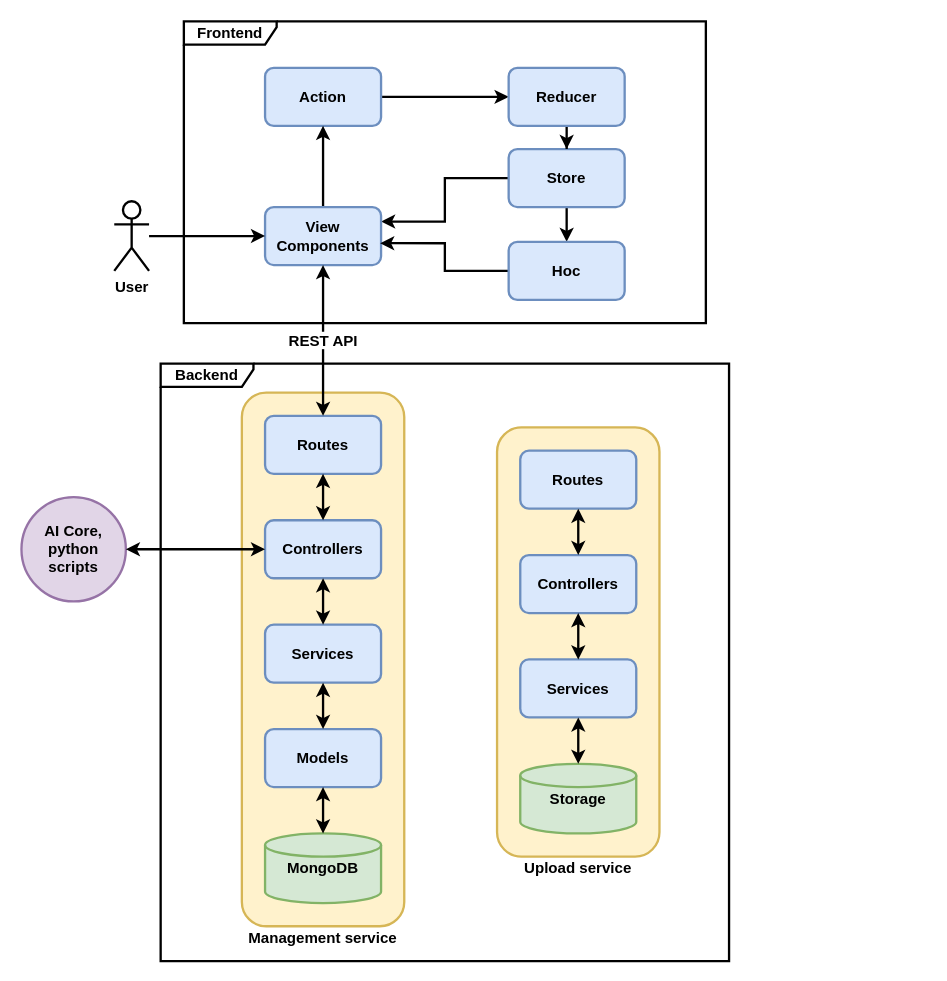
This is draw.io/kientruchethong.drawio from tranphuongthao2405/finalproject, a draw.io file, before an edit. Source tidied: cells renumbered, new cells numbered last; positions are measured from the earlier drawing's top-left corner, leaving out a move shared by most shapes. Both pictures are drawn from the tidied source at 116%, with x=0, y=0 at pixel (21, 21).
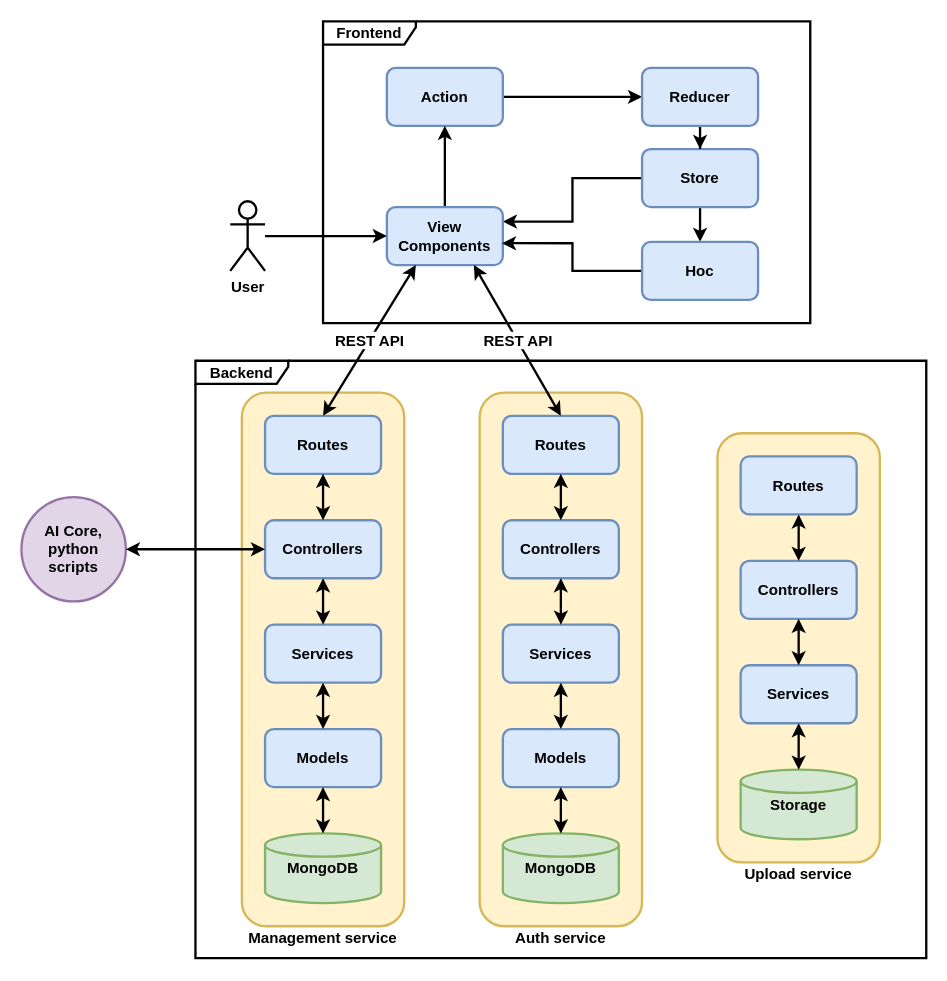
The same diagram, later.

Unchanged cells that the change refers to:
```xml
<mxCell id="3" value="Routes" style="rounded=1;whiteSpace=wrap;html=1;fillColor=#dae8fc;strokeColor=#6c8ebf;strokeWidth=2;fontSize=13;fontStyle=1;" parent="1" vertex="1">
  <mxGeometry x="210" y="340" width="100" height="50" as="geometry" />
</mxCell>
```

Change to the diagram source:
```diff
@@
+    <mxCell id="27" value="Backend" style="shape=umlFrame;whiteSpace=wrap;html=1;strokeWidth=2;fontSize=13;fontStyle=1;width=80;height=20;" parent="1" vertex="1">
+      <mxGeometry x="150" y="292.5" width="630" height="515" as="geometry" />
+    </mxCell>
+    <mxCell id="40" style="rounded=1;whiteSpace=wrap;html=1;fontSize=13;strokeWidth=2;fillColor=#fff2cc;strokeColor=#d6b656;" parent="1" vertex="1">
+      <mxGeometry x="395" y="320" width="140" height="460" as="geometry" />
+    </mxCell>
@@
     <mxCell id="12" style="rounded=1;whiteSpace=wrap;html=1;fontSize=13;strokeWidth=2;fillColor=#fff2cc;strokeColor=#d6b656;" parent="1" vertex="1">
-      <mxGeometry x="410" y="350" width="140" height="370" as="geometry" />
+      <mxGeometry x="600" y="355" width="140" height="370" as="geometry" />
     </mxCell>
     <mxCell id="13" value="Frontend" style="shape=umlFrame;whiteSpace=wrap;html=1;strokeWidth=2;fontSize=13;fontStyle=1;width=80;height=20;" parent="1" vertex="1">
-      <mxGeometry x="140" width="450" height="260" as="geometry" />
+      <mxGeometry x="260" width="420" height="260" as="geometry" />
     </mxCell>
@@
     <mxCell id="15" value="Action" style="rounded=1;whiteSpace=wrap;html=1;fillColor=#dae8fc;strokeColor=#6c8ebf;strokeWidth=2;fontSize=13;fontStyle=1;" parent="1" vertex="1">
-      <mxGeometry x="210" y="40" width="100" height="50" as="geometry" />
+      <mxGeometry x="315" y="40" width="100" height="50" as="geometry" />
     </mxCell>
@@
     <mxCell id="18" value="Store" style="rounded=1;whiteSpace=wrap;html=1;fillColor=#dae8fc;strokeColor=#6c8ebf;strokeWidth=2;fontSize=13;fontStyle=1;" parent="1" vertex="1">
-      <mxGeometry x="420" y="110" width="100" height="50" as="geometry" />
+      <mxGeometry x="535" y="110" width="100" height="50" as="geometry" />
     </mxCell>
@@
     <mxCell id="20" value="View Components" style="rounded=1;whiteSpace=wrap;html=1;fillColor=#dae8fc;strokeColor=#6c8ebf;strokeWidth=2;fontSize=13;fontStyle=1;" parent="1" vertex="1">
-      <mxGeometry x="210" y="160" width="100" height="50" as="geometry" />
+      <mxGeometry x="315" y="160" width="100" height="50" as="geometry" />
     </mxCell>
@@
     <mxCell id="22" value="Reducer" style="rounded=1;whiteSpace=wrap;html=1;fillColor=#dae8fc;strokeColor=#6c8ebf;strokeWidth=2;fontSize=13;fontStyle=1;" parent="1" vertex="1">
-      <mxGeometry x="420" y="40" width="100" height="50" as="geometry" />
+      <mxGeometry x="535" y="40" width="100" height="50" as="geometry" />
     </mxCell>
@@
     <mxCell id="24" value="Hoc" style="rounded=1;whiteSpace=wrap;html=1;fillColor=#dae8fc;strokeColor=#6c8ebf;strokeWidth=2;fontSize=13;fontStyle=1;" parent="1" vertex="1">
-      <mxGeometry x="420" y="190" width="100" height="50" as="geometry" />
+      <mxGeometry x="535" y="190" width="100" height="50" as="geometry" />
     </mxCell>
@@
     <mxCell id="26" value="User" style="shape=umlActor;verticalLabelPosition=bottom;verticalAlign=top;html=1;outlineConnect=0;strokeWidth=2;fontSize=13;fontStyle=1;" parent="1" vertex="1">
-      <mxGeometry x="80" y="155" width="30" height="60" as="geometry" />
+      <mxGeometry x="180" y="155" width="30" height="60" as="geometry" />
     </mxCell>
-    <mxCell id="27" value="Backend" style="shape=umlFrame;whiteSpace=wrap;html=1;strokeWidth=2;fontSize=13;fontStyle=1;width=80;height=20;" parent="1" vertex="1">
-      <mxGeometry x="120" y="295" width="490" height="515" as="geometry" />
-    </mxCell>
@@
-    <mxCell id="29" value="REST API" style="endArrow=classic;startArrow=classic;html=1;entryX=0.5;entryY=1;entryDx=0;entryDy=0;exitX=0.5;exitY=0;exitDx=0;exitDy=0;strokeWidth=2;fontSize=13;fontStyle=1;" parent="1" edge="1" source="3" target="20">
+    <mxCell id="29" value="REST API" style="endArrow=classic;startArrow=classic;html=1;entryX=0.25;entryY=1;entryDx=0;entryDy=0;exitX=0.5;exitY=0;exitDx=0;exitDy=0;strokeWidth=2;fontSize=13;fontStyle=1;" parent="1" edge="1" source="3" target="20">
       <mxGeometry relative="1" as="geometry" />
     </mxCell>
@@
     <mxCell id="31" value="Routes" style="rounded=1;whiteSpace=wrap;html=1;fillColor=#dae8fc;strokeColor=#6c8ebf;strokeWidth=2;fontSize=13;fontStyle=1;" parent="1" vertex="1">
-      <mxGeometry x="430" y="370" width="100" height="50" as="geometry" />
+      <mxGeometry x="620" y="375" width="100" height="50" as="geometry" />
     </mxCell>
     <mxCell id="32" value="Controllers" style="rounded=1;whiteSpace=wrap;html=1;fillColor=#dae8fc;strokeColor=#6c8ebf;strokeWidth=2;fontSize=13;fontStyle=1;" parent="1" vertex="1">
-      <mxGeometry x="430" y="460" width="100" height="50" as="geometry" />
+      <mxGeometry x="620" y="465" width="100" height="50" as="geometry" />
     </mxCell>
     <mxCell id="33" value="Services" style="rounded=1;whiteSpace=wrap;html=1;fillColor=#dae8fc;strokeColor=#6c8ebf;strokeWidth=2;fontSize=13;fontStyle=1;" parent="1" vertex="1">
-      <mxGeometry x="430" y="550" width="100" height="50" as="geometry" />
+      <mxGeometry x="620" y="555" width="100" height="50" as="geometry" />
     </mxCell>
     <mxCell id="34" value="Storage" style="strokeWidth=2;html=1;shape=mxgraph.flowchart.database;whiteSpace=wrap;fillColor=#d5e8d4;strokeColor=#82b366;fontSize=13;fontStyle=1;" parent="1" vertex="1">
-      <mxGeometry x="430" y="640" width="100" height="60" as="geometry" />
+      <mxGeometry x="620" y="645" width="100" height="60" as="geometry" />
     </mxCell>
@@
     <mxCell id="38" value="Upload service" style="text;html=1;strokeColor=none;fillColor=none;align=center;verticalAlign=middle;whiteSpace=wrap;rounded=0;fontSize=13;fontStyle=1;" parent="1" vertex="1">
-      <mxGeometry x="430" y="720" width="100" height="20" as="geometry" />
+      <mxGeometry x="620" y="725" width="100" height="20" as="geometry" />
     </mxCell>
@@
+    <mxCell id="41" value="Routes" style="rounded=1;whiteSpace=wrap;html=1;fillColor=#dae8fc;strokeColor=#6c8ebf;strokeWidth=2;fontSize=13;fontStyle=1;" parent="1" vertex="1">
+      <mxGeometry x="415" y="340" width="100" height="50" as="geometry" />
+    </mxCell>
+    <mxCell id="42" value="Models" style="rounded=1;whiteSpace=wrap;html=1;fillColor=#dae8fc;strokeColor=#6c8ebf;strokeWidth=2;fontSize=13;fontStyle=1;" parent="1" vertex="1">
+      <mxGeometry x="415" y="610" width="100" height="50" as="geometry" />
+    </mxCell>
+    <mxCell id="43" value="Controllers" style="rounded=1;whiteSpace=wrap;html=1;fillColor=#dae8fc;strokeColor=#6c8ebf;strokeWidth=2;fontSize=13;fontStyle=1;" parent="1" vertex="1">
+      <mxGeometry x="415" y="430" width="100" height="50" as="geometry" />
+    </mxCell>
+    <mxCell id="44" value="Services" style="rounded=1;whiteSpace=wrap;html=1;fillColor=#dae8fc;strokeColor=#6c8ebf;strokeWidth=2;fontSize=13;fontStyle=1;" parent="1" vertex="1">
+      <mxGeometry x="415" y="520" width="100" height="50" as="geometry" />
+    </mxCell>
+    <mxCell id="45" value="MongoDB" style="strokeWidth=2;html=1;shape=mxgraph.flowchart.database;whiteSpace=wrap;fillColor=#d5e8d4;strokeColor=#82b366;fontSize=13;fontStyle=1;" parent="1" vertex="1">
+      <mxGeometry x="415" y="700" width="100" height="60" as="geometry" />
+    </mxCell>
+    <mxCell id="46" style="endArrow=classic;startArrow=classic;html=1;entryX=0.5;entryY=1;entryDx=0;entryDy=0;exitX=0.5;exitY=0;exitDx=0;exitDy=0;strokeWidth=2;fontSize=13;fontStyle=1;" parent="1" edge="1" source="43" target="41">
+      <mxGeometry relative="1" as="geometry" />
+    </mxCell>
+    <mxCell id="47" style="endArrow=classic;startArrow=classic;html=1;entryX=0.5;entryY=0;entryDx=0;entryDy=0;strokeWidth=2;fontSize=13;fontStyle=1;exitX=0.5;exitY=1;exitDx=0;exitDy=0;" parent="1" edge="1" source="43" target="44">
+      <mxGeometry relative="1" as="geometry" />
+    </mxCell>
+    <mxCell id="48" style="endArrow=classic;startArrow=classic;html=1;entryX=0.5;entryY=1;entryDx=0;entryDy=0;exitX=0.5;exitY=0;exitDx=0;exitDy=0;strokeWidth=2;fontSize=13;fontStyle=1;" parent="1" edge="1" source="42" target="44">
+      <mxGeometry relative="1" as="geometry" />
+    </mxCell>
+    <mxCell id="49" style="endArrow=classic;startArrow=classic;html=1;entryX=0.5;entryY=0;entryDx=0;entryDy=0;exitX=0.5;exitY=1;exitDx=0;exitDy=0;entryPerimeter=0;strokeWidth=2;fontSize=13;fontStyle=1;" parent="1" edge="1" source="42" target="45">
+      <mxGeometry relative="1" as="geometry" />
+    </mxCell>
+    <mxCell id="50" value="Auth service" style="text;html=1;strokeColor=none;fillColor=none;align=center;verticalAlign=middle;whiteSpace=wrap;rounded=0;fontSize=13;fontStyle=1;" parent="1" vertex="1">
+      <mxGeometry x="395" y="780" width="140" height="20" as="geometry" />
+    </mxCell>
+    <mxCell id="51" value="REST API" style="endArrow=classic;startArrow=classic;html=1;entryX=0.75;entryY=1;entryDx=0;entryDy=0;exitX=0.5;exitY=0;exitDx=0;exitDy=0;strokeWidth=2;fontSize=13;fontStyle=1;" parent="1" edge="1" source="41" target="20">
+      <mxGeometry relative="1" as="geometry" />
+    </mxCell>
```
